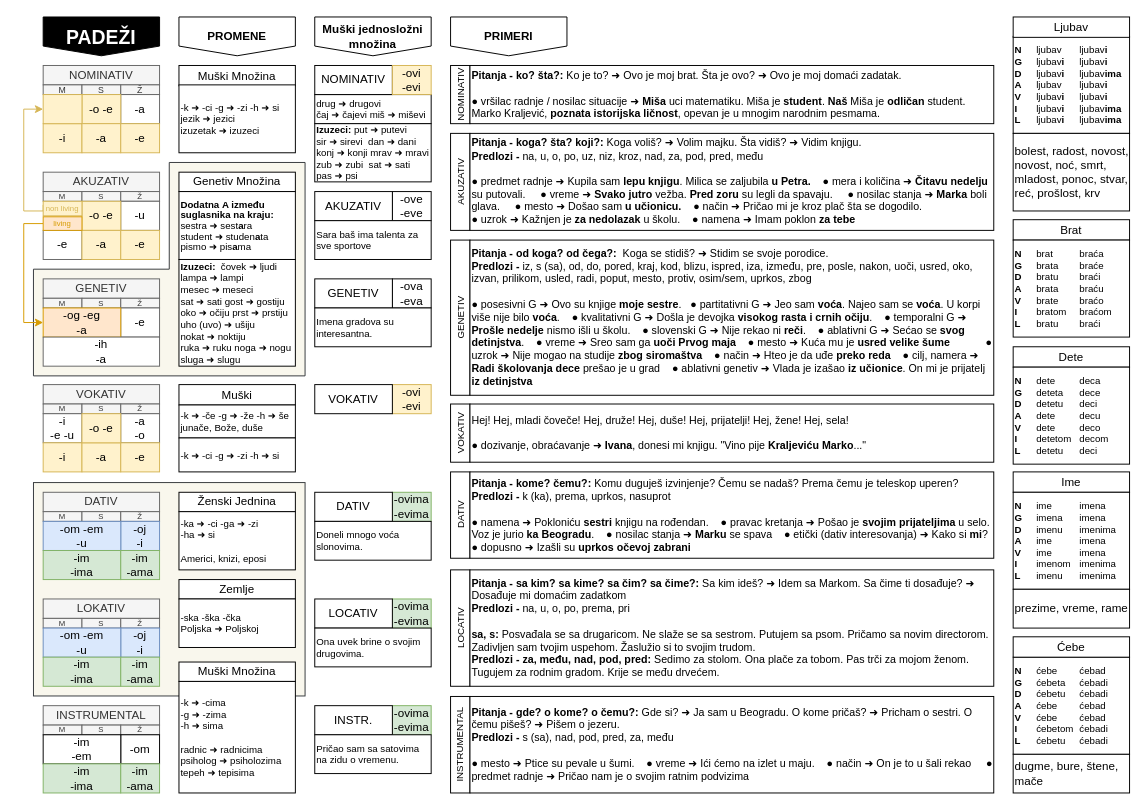
Earlier version of the draw.io diagram draws/padezi.drawio (vlandivir/srpski). Source tidied: cells renumbered, new cells numbered last; positions are measured from the earlier drawing's top-left corner, leaving out a move shared by most shapes. Both pictures are drawn from the tidied source at 97%, with x=0, y=0 at pixel (23, 16).
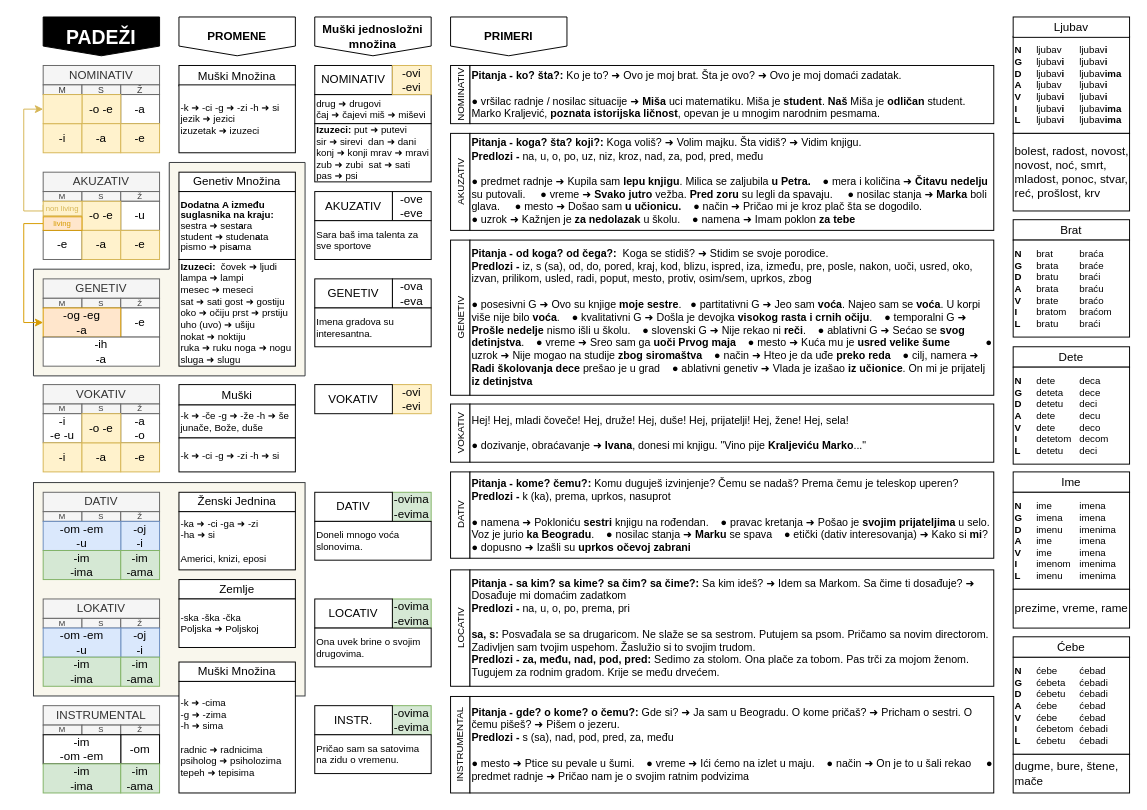
Above is the later version.

Diff of the diagram source:
```diff
@@
-    <mxCell id="58" value="-im&lt;br&gt;-em" style="rounded=0;whiteSpace=wrap;html=1;" parent="1" vertex="1">
+    <mxCell id="58" value="-im&lt;br&gt;-om -em" style="rounded=0;whiteSpace=wrap;html=1;" parent="1" vertex="1">
       <mxGeometry x="20" y="740" width="80" height="30" as="geometry" />
     </mxCell>
```
